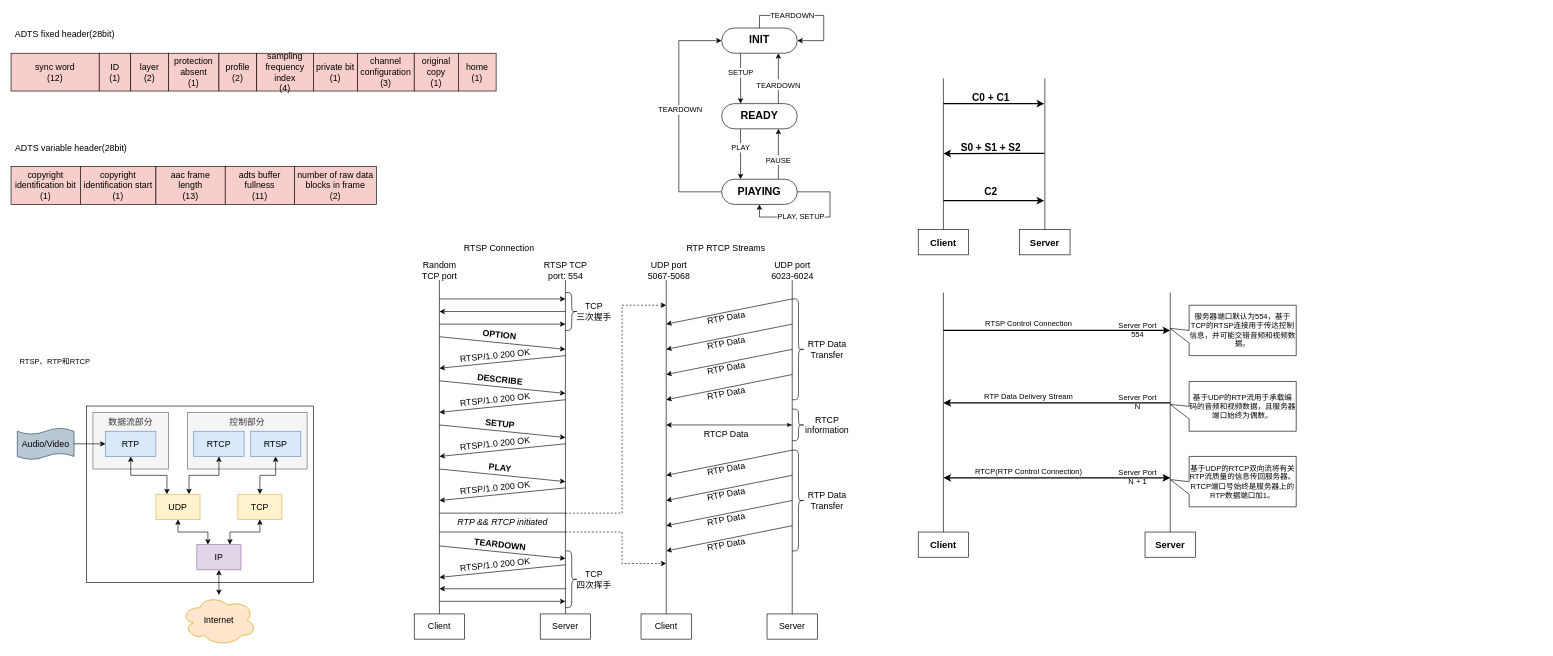
This is drawSomething_2.drawio from Ritchie-Lin/items, a draw.io file, before an edit. Source tidied: cells renumbered, new cells numbered last; positions are measured from the earlier drawing's top-left corner, leaving out a move shared by most shapes. Both pictures are drawn from the tidied source at 63%, with x=0, y=0 at pixel (11, 15).
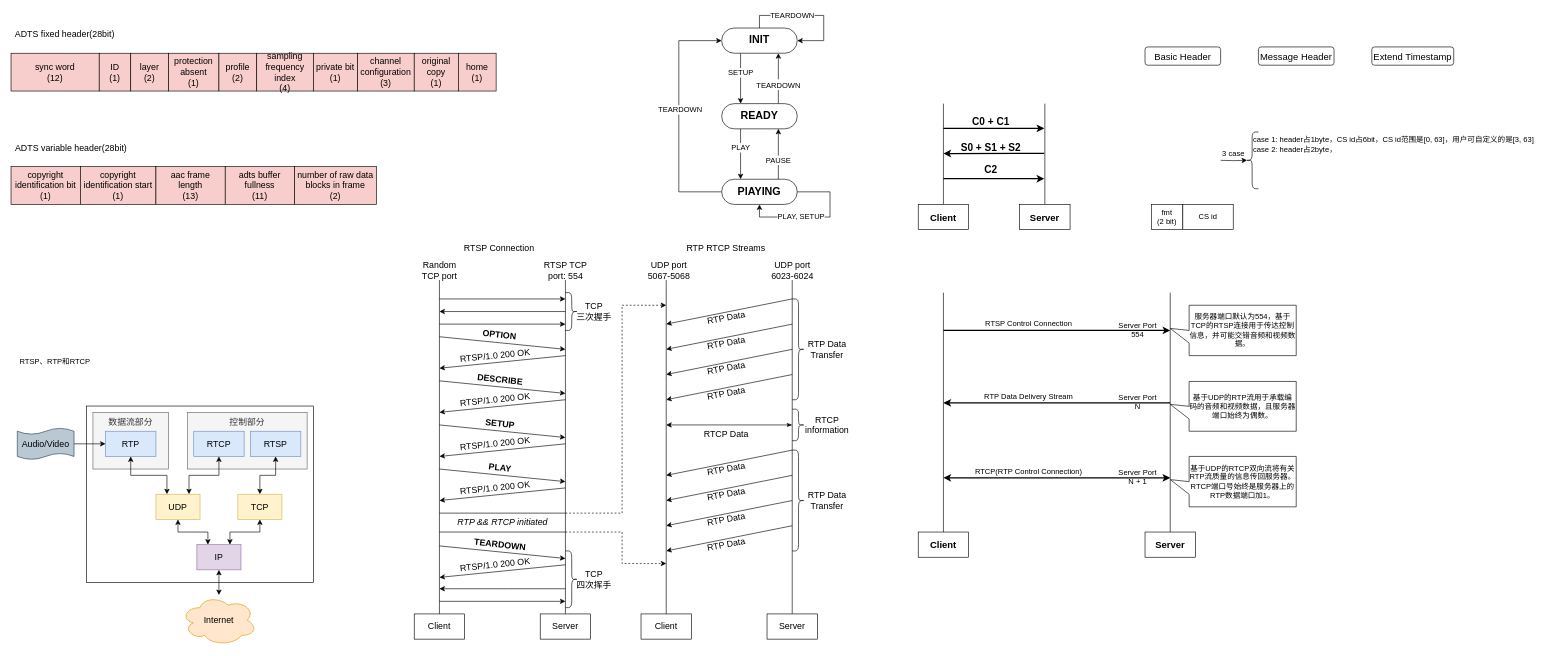
The same diagram, later.

What changed in the source:
```diff
@@
     <mxCell id="138" style="endArrow=none;html=1;fontSize=14;exitX=0.5;exitY=0;exitDx=0;exitDy=0;" parent="1" edge="1" source="140">
       <mxGeometry relative="1" as="geometry">
-        <mxPoint x="1480" y="100" as="targetPoint" />
+        <mxPoint x="1480" y="140" as="targetPoint" />
       </mxGeometry>
     </mxCell>
     <mxCell id="139" style="endArrow=none;html=1;fontSize=14;exitX=0.5;exitY=0;exitDx=0;exitDy=0;" parent="1" edge="1" source="141">
       <mxGeometry relative="1" as="geometry">
-        <mxPoint x="1641" y="100" as="targetPoint" />
+        <mxPoint x="1641" y="140" as="targetPoint" />
       </mxGeometry>
     </mxCell>
     <mxCell id="140" value="Client" style="rounded=0;whiteSpace=wrap;html=1;fontSize=15;align=center;fontStyle=1;" parent="1" vertex="1">
-      <mxGeometry x="1440" y="340" width="80" height="40" as="geometry" />
+      <mxGeometry x="1440" y="300" width="80" height="40" as="geometry" />
     </mxCell>
     <mxCell id="141" value="Server" style="rounded=0;whiteSpace=wrap;html=1;fontSize=15;align=center;fontStyle=1;" parent="1" vertex="1">
-      <mxGeometry x="1601" y="340" width="80" height="40" as="geometry" />
+      <mxGeometry x="1601" y="300" width="80" height="40" as="geometry" />
     </mxCell>
     <mxCell id="142" style="endArrow=classic;html=1;fontSize=12;strokeWidth=2;" parent="1" edge="1">
       <mxGeometry relative="1" as="geometry">
-        <mxPoint x="1480" y="140" as="sourcePoint" />
-        <mxPoint x="1640" y="140" as="targetPoint" />
+        <mxPoint x="1480" y="179.2" as="sourcePoint" />
+        <mxPoint x="1640" y="179.2" as="targetPoint" />
       </mxGeometry>
     </mxCell>
     <mxCell id="143" value="&lt;font style=&quot;font-size: 16px&quot;&gt;&lt;b&gt;C0 + C1&lt;/b&gt;&lt;/font&gt;" style="text;html=1;align=center;verticalAlign=middle;fontSize=12;" parent="1" vertex="1">
-      <mxGeometry x="1520" y="120" width="70" height="20" as="geometry" />
+      <mxGeometry x="1520" y="159.2" width="70" height="20" as="geometry" />
     </mxCell>
@@
     <mxCell id="146" style="endArrow=classic;html=1;fontSize=12;startArrow=none;startFill=0;strokeWidth=2;" parent="1" edge="1">
       <mxGeometry relative="1" as="geometry">
-        <mxPoint x="1480" y="294" as="sourcePoint" />
-        <mxPoint x="1640" y="294" as="targetPoint" />
+        <mxPoint x="1480" y="259.2" as="sourcePoint" />
+        <mxPoint x="1640" y="259.2" as="targetPoint" />
       </mxGeometry>
     </mxCell>
     <mxCell id="147" value="&lt;font style=&quot;font-size: 16px&quot;&gt;&lt;b&gt;C2&lt;/b&gt;&lt;/font&gt;" style="text;html=1;align=center;verticalAlign=middle;fontSize=12;" parent="1" vertex="1">
-      <mxGeometry x="1535" y="270" width="40" height="20" as="geometry" />
+      <mxGeometry x="1535" y="235.2" width="40" height="20" as="geometry" />
     </mxCell>
+    <mxCell id="148" value="&lt;font style=&quot;font-size: 15px&quot;&gt;Basic Header&lt;/font&gt;" style="rounded=1;whiteSpace=wrap;html=1;" parent="1" vertex="1">
+      <mxGeometry x="1800" y="50" width="120" height="29" as="geometry" />
+    </mxCell>
+    <mxCell id="149" value="&lt;font style=&quot;font-size: 15px&quot;&gt;Message Header&lt;/font&gt;" style="rounded=1;whiteSpace=wrap;html=1;" parent="1" vertex="1">
+      <mxGeometry x="1980" y="50" width="120" height="29" as="geometry" />
+    </mxCell>
+    <mxCell id="150" value="&lt;font style=&quot;font-size: 15px&quot;&gt;Extend Timestamp&lt;/font&gt;" style="rounded=1;whiteSpace=wrap;html=1;" parent="1" vertex="1">
+      <mxGeometry x="2160" y="50" width="130" height="29" as="geometry" />
+    </mxCell>
+    <mxCell id="151" style="edgeStyle=orthogonalEdgeStyle;rounded=0;jettySize=auto;html=1;startArrow=none;startFill=0;entryX=0.1;entryY=0.5;entryDx=0;entryDy=0;entryPerimeter=0;" parent="1" edge="1" target="152">
+      <mxGeometry relative="1" as="geometry">
+        <mxPoint x="1920" y="230" as="sourcePoint" />
+      </mxGeometry>
+    </mxCell>
+    <mxCell id="152" style="shape=curlyBracket;whiteSpace=wrap;html=1;rounded=1;fontSize=14;align=center;rotation=0;size=0.5;" parent="1" vertex="1">
+      <mxGeometry x="1960" y="185" width="20" height="90" as="geometry" />
+    </mxCell>
+    <mxCell id="153" value="3 case" style="text;html=1;align=center;verticalAlign=middle;" parent="1" vertex="1">
+      <mxGeometry x="1915" y="210" width="50" height="20" as="geometry" />
+    </mxCell>
+    <mxCell id="154" value="case 1: header占1byte，CS id占6bit，CS id范围是[0, 63]，用户可自定义的是[3, 63]&lt;br&gt;case 2: header占2byte，" style="text;html=1;align=left;verticalAlign=middle;" parent="1" vertex="1">
+      <mxGeometry x="1970" y="190" width="460" height="30" as="geometry" />
+    </mxCell>
+    <mxCell id="155" value="fmt&lt;br&gt;(2 bit)" style="rounded=0;whiteSpace=wrap;html=1;" parent="1" vertex="1">
+      <mxGeometry x="1810" y="300" width="50" height="40" as="geometry" />
+    </mxCell>
+    <mxCell id="156" value="CS id" style="rounded=0;whiteSpace=wrap;html=1;" parent="1" vertex="1">
+      <mxGeometry x="1860" y="300" width="80" height="40" as="geometry" />
+    </mxCell>
```
